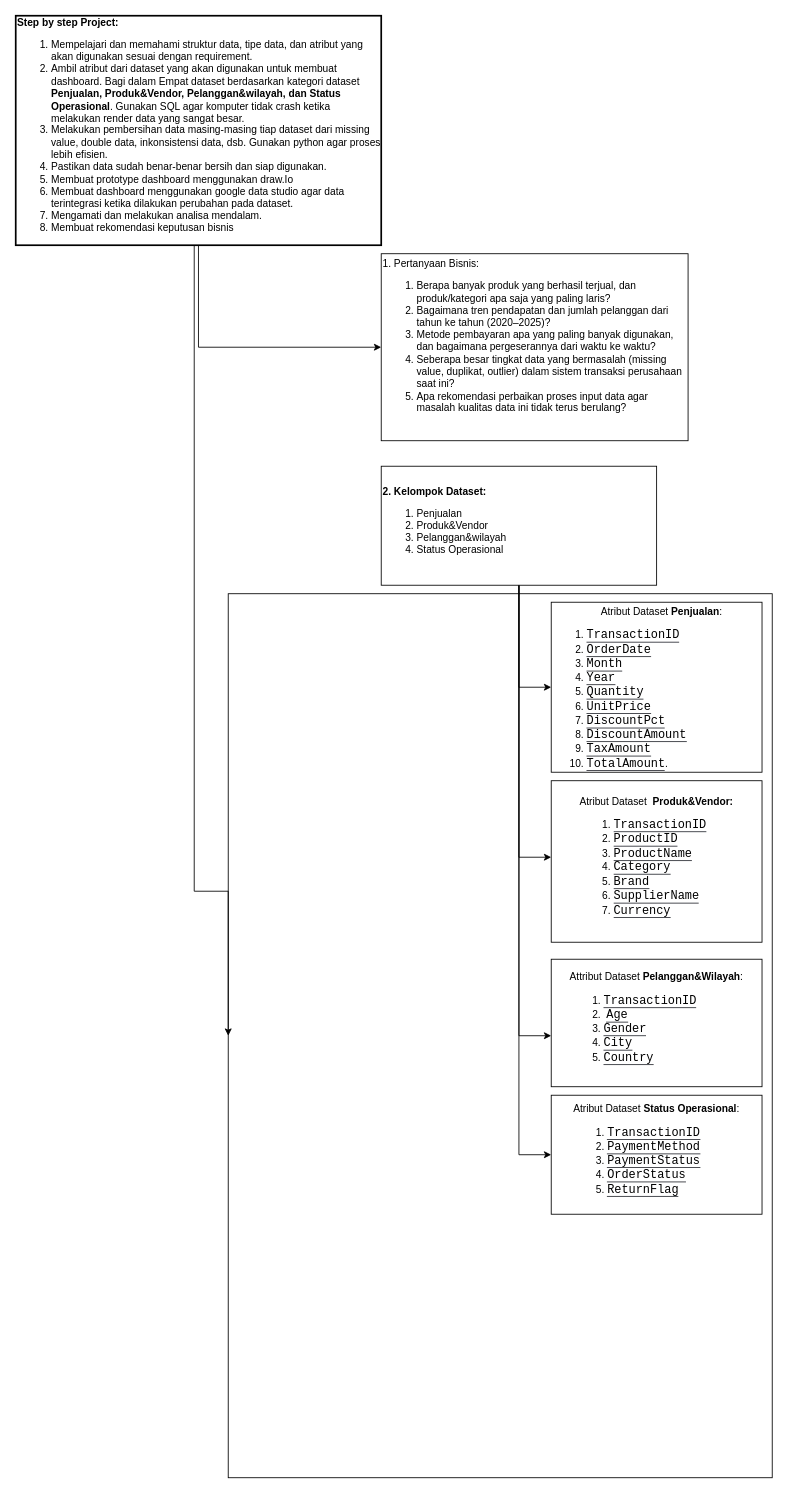
The draw.io diagram Procedure, Requirement, Prototyping.drawio in mzakiIbrahim21/Project-Independent-S1E3, before the edit. Source tidied: cells renumbered, new cells numbered last; positions are measured from the earlier drawing's top-left corner, leaving out a move shared by most shapes. Both pictures are drawn from the tidied source at 85%, with x=0, y=0 at pixel (15, 15).
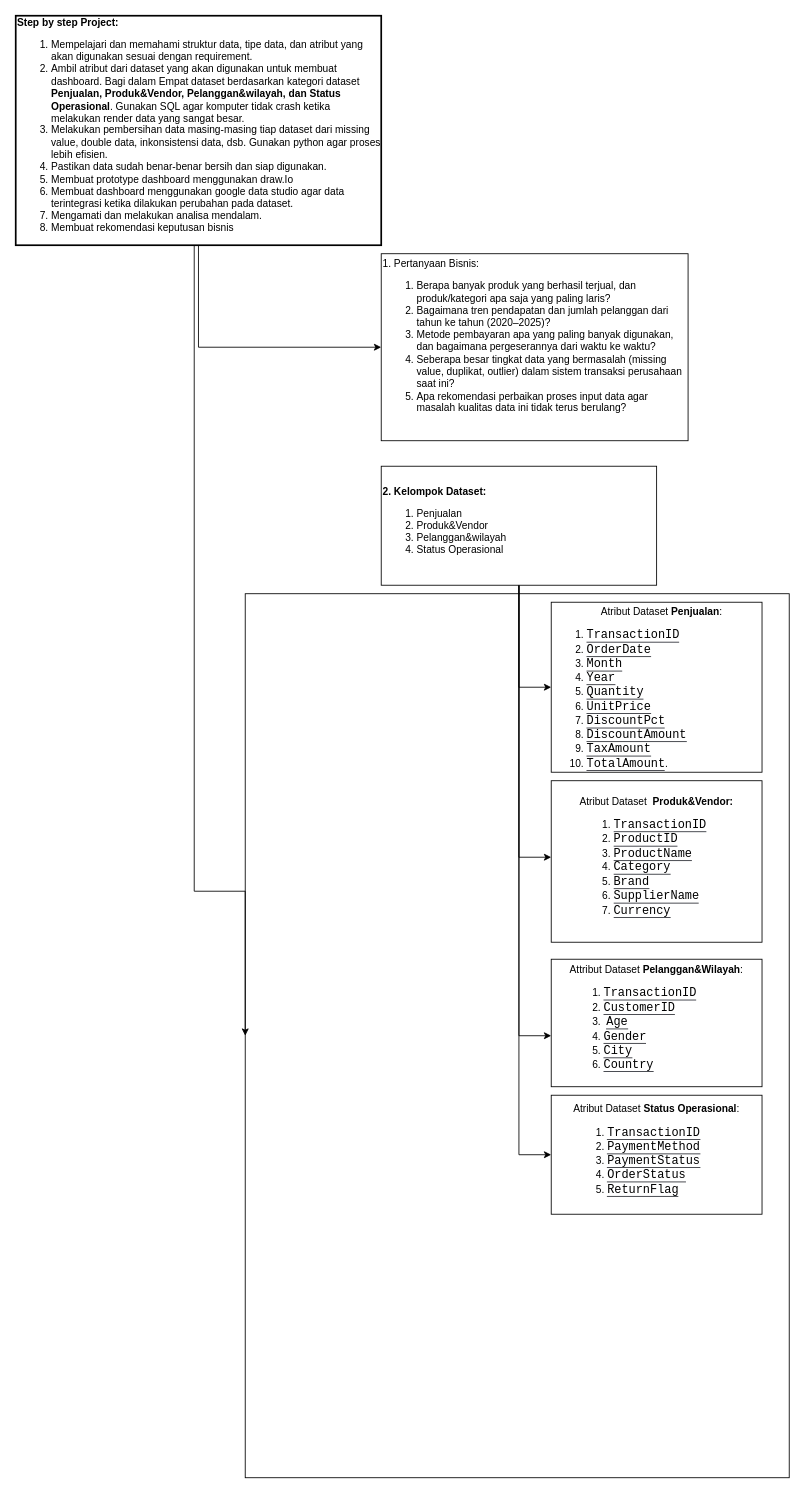
After the change.

Diff of the diagram source:
```diff
@@
-    <mxCell id="12" value="Attribut Dataset &lt;b&gt;Pelanggan&amp;amp;Wilayah&lt;/b&gt;:&lt;div&gt;&lt;ol&gt;&lt;li style=&quot;text-align: left;&quot;&gt;&lt;code dir=&quot;ltr&quot; class=&quot;KDcb0c&quot; style=&quot;font-size: 14px; margin: 0px; border-bottom: 1px solid rgb(44, 46, 53);&quot;&gt;TransactionID&lt;/code&gt;&lt;/li&gt;&lt;li style=&quot;text-align: left;&quot;&gt;&amp;nbsp;&lt;code dir=&quot;ltr&quot; class=&quot;KDcb0c&quot; style=&quot;font-size: 14px; margin: 0px; border-bottom: 1px solid rgb(44, 46, 53);&quot;&gt;Age&lt;/code&gt;&lt;/li&gt;&lt;li style=&quot;text-align: left;&quot;&gt;&lt;code dir=&quot;ltr&quot; class=&quot;KDcb0c&quot; style=&quot;font-size: 14px; margin: 0px; border-bottom: 1px solid rgb(44, 46, 53);&quot;&gt;Gender&lt;/code&gt;&lt;/li&gt;&lt;li style=&quot;text-align: left;&quot;&gt;&lt;code dir=&quot;ltr&quot; class=&quot;KDcb0c&quot; style=&quot;font-size: 14px; margin: 0px; border-bottom: 1px solid rgb(44, 46, 53);&quot;&gt;City&lt;/code&gt;&lt;/li&gt;&lt;li style=&quot;text-align: left;&quot;&gt;&lt;code dir=&quot;ltr&quot; class=&quot;KDcb0c&quot; style=&quot;font-size: 14px; margin: 0px; border-bottom: 1px solid rgb(44, 46, 53);&quot; aria-owns=&quot;action-menu-parent-container&quot;&gt;Country&lt;/code&gt;&lt;/li&gt;&lt;/ol&gt;&lt;/div&gt;" style="rounded=0;whiteSpace=wrap;html=1;" parent="1" vertex="1">
+    <mxCell id="12" value="Attribut Dataset &lt;b&gt;Pelanggan&amp;amp;Wilayah&lt;/b&gt;:&lt;div&gt;&lt;ol&gt;&lt;li style=&quot;text-align: left;&quot;&gt;&lt;code dir=&quot;ltr&quot; class=&quot;KDcb0c&quot; style=&quot;font-size: 14px; margin: 0px; border-bottom: 1px solid rgb(44, 46, 53);&quot;&gt;TransactionID&lt;/code&gt;&lt;/li&gt;&lt;li style=&quot;text-align: left;&quot;&gt;&lt;code dir=&quot;ltr&quot; class=&quot;KDcb0c&quot; style=&quot;font-size: 14px; margin: 0px; border-bottom: 1px solid rgb(44, 46, 53);&quot;&gt;CustomerID&lt;/code&gt;&lt;/li&gt;&lt;li style=&quot;text-align: left;&quot;&gt;&amp;nbsp;&lt;code dir=&quot;ltr&quot; class=&quot;KDcb0c&quot; style=&quot;font-size: 14px; margin: 0px; border-bottom: 1px solid rgb(44, 46, 53);&quot;&gt;Age&lt;/code&gt;&lt;/li&gt;&lt;li style=&quot;text-align: left;&quot;&gt;&lt;code dir=&quot;ltr&quot; class=&quot;KDcb0c&quot; style=&quot;font-size: 14px; margin: 0px; border-bottom: 1px solid rgb(44, 46, 53);&quot;&gt;Gender&lt;/code&gt;&lt;/li&gt;&lt;li style=&quot;text-align: left;&quot;&gt;&lt;code dir=&quot;ltr&quot; class=&quot;KDcb0c&quot; style=&quot;font-size: 14px; margin: 0px; border-bottom: 1px solid rgb(44, 46, 53);&quot;&gt;City&lt;/code&gt;&lt;/li&gt;&lt;li style=&quot;text-align: left;&quot;&gt;&lt;code dir=&quot;ltr&quot; class=&quot;KDcb0c&quot; style=&quot;font-size: 14px; margin: 0px; border-bottom: 1px solid rgb(44, 46, 53);&quot; aria-owns=&quot;action-menu-parent-container&quot;&gt;Country&lt;/code&gt;&lt;/li&gt;&lt;/ol&gt;&lt;/div&gt;" style="rounded=0;whiteSpace=wrap;html=1;" parent="1" vertex="1">
       <mxGeometry x="630" y="1110" width="248" height="150" as="geometry" />
     </mxCell>
@@
     <mxCell id="15" style="rounded=0;whiteSpace=wrap;html=1;fillColor=none;" parent="1" vertex="1">
-      <mxGeometry x="250" y="680" width="640" height="1040" as="geometry" />
+      <mxGeometry x="270" y="680" width="640" height="1040" as="geometry" />
     </mxCell>
```
